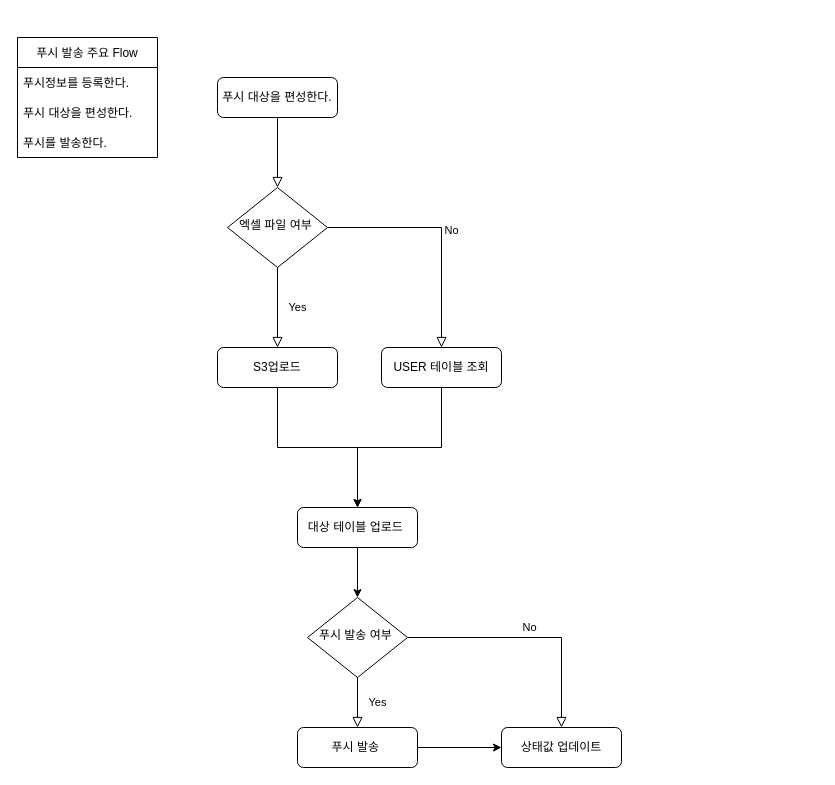
kangdanni/PushBatchTask keeps this draw.io diagram as 제목 없는 다이어그램.drawio. Above is the earlier version. Source tidied: cells renumbered, new cells numbered last; positions are measured from the earlier drawing's top-left corner, leaving out a move shared by most shapes. Both pictures are drawn from the tidied source at 100%, with x=0, y=0 at pixel (17, 37).
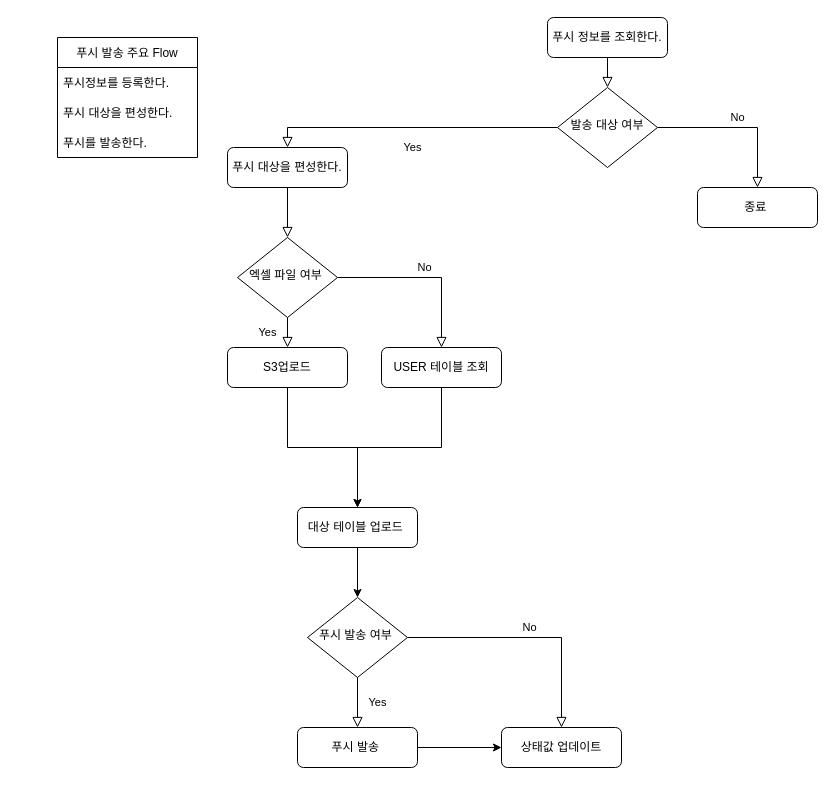
After the change.

Commit message:
푸시 순서도 업데이트

What changed in the source:
```diff
@@
     <mxCell id="3" value="푸시 대상을 편성한다." style="rounded=1;whiteSpace=wrap;html=1;fontSize=12;glass=0;strokeWidth=1;shadow=0;" parent="1" vertex="1">
-      <mxGeometry x="200" y="40" width="120" height="40" as="geometry" />
+      <mxGeometry x="210" y="110" width="120" height="40" as="geometry" />
     </mxCell>
@@
     <mxCell id="6" value="엑셀 파일 여부&amp;nbsp;" style="rhombus;whiteSpace=wrap;html=1;shadow=0;fontFamily=Helvetica;fontSize=12;align=center;strokeWidth=1;spacing=6;spacingTop=-4;" parent="1" vertex="1">
-      <mxGeometry x="210" y="150" width="100" height="80" as="geometry" />
+      <mxGeometry x="220" y="200" width="100" height="80" as="geometry" />
     </mxCell>
@@
     <mxCell id="9" value="푸시 발송 주요 Flow" style="swimlane;fontStyle=0;horizontal=1;startSize=30;" parent="1" vertex="1">
-      <mxGeometry width="140" height="120" as="geometry" />
+      <mxGeometry x="40" width="140" height="120" as="geometry" />
     </mxCell>
@@
     <mxCell id="14" value="S3업로드" style="rounded=1;whiteSpace=wrap;html=1;fontSize=12;glass=0;strokeWidth=1;shadow=0;" parent="1" vertex="1">
-      <mxGeometry x="200" y="310" width="120" height="40" as="geometry" />
+      <mxGeometry x="210" y="310" width="120" height="40" as="geometry" />
     </mxCell>
@@
+    <mxCell id="23" style="rounded=0;html=1;jettySize=auto;fontSize=11;endArrow=block;endFill=0;endSize=8;strokeWidth=1;shadow=0;labelBackgroundColor=none;edgeStyle=orthogonalEdgeStyle;" parent="1" edge="1" source="24" target="27">
+      <mxGeometry relative="1" as="geometry" />
+    </mxCell>
+    <mxCell id="24" value="푸시 정보를 조회한다." style="rounded=1;whiteSpace=wrap;html=1;fontSize=12;glass=0;strokeWidth=1;shadow=0;" parent="1" vertex="1">
+      <mxGeometry x="530" y="-20" width="120" height="40" as="geometry" />
+    </mxCell>
+    <mxCell id="25" value="Yes" style="rounded=0;html=1;jettySize=auto;fontSize=11;endArrow=block;endFill=0;endSize=8;strokeWidth=1;shadow=0;labelBackgroundColor=none;edgeStyle=orthogonalEdgeStyle;entryX=0.5;entryY=0;entryDx=0;entryDy=0;" parent="1" edge="1" source="27" target="3">
+      <mxGeometry y="20" relative="1" as="geometry" />
+    </mxCell>
+    <mxCell id="26" value="No" style="edgeStyle=orthogonalEdgeStyle;rounded=0;html=1;jettySize=auto;fontSize=11;endArrow=block;endFill=0;endSize=8;strokeWidth=1;shadow=0;labelBackgroundColor=none;" parent="1" edge="1" source="27" target="28">
+      <mxGeometry y="10" relative="1" as="geometry" />
+    </mxCell>
+    <mxCell id="27" value="발송 대상 여부" style="rhombus;whiteSpace=wrap;html=1;shadow=0;fontFamily=Helvetica;fontSize=12;align=center;strokeWidth=1;spacing=6;spacingTop=-4;" parent="1" vertex="1">
+      <mxGeometry x="540" y="50" width="100" height="80" as="geometry" />
+    </mxCell>
+    <mxCell id="28" value="종료&amp;nbsp;" style="rounded=1;whiteSpace=wrap;html=1;fontSize=12;glass=0;strokeWidth=1;shadow=0;" parent="1" vertex="1">
+      <mxGeometry x="680" y="150" width="120" height="40" as="geometry" />
+    </mxCell>
```
